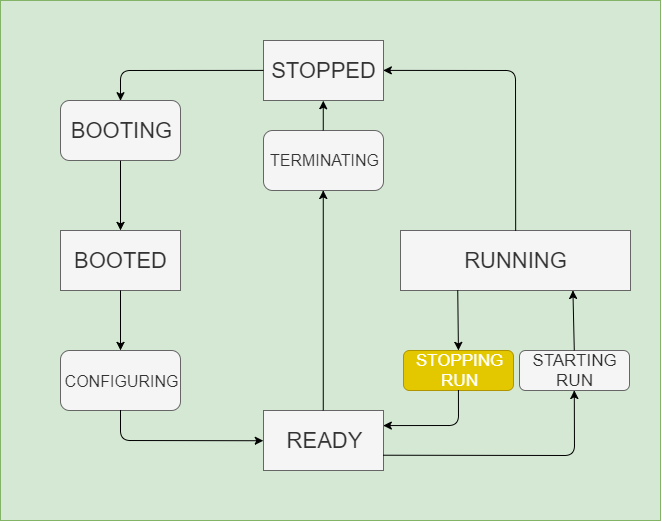
The draw.io diagram artdaq-runcontrol/resources/images/StateDiagram_stopping_run.png in ikatza/ArtDaq-RunControl-GUI, before a commit. Source tidied: cells renumbered, new cells last; positions are measured from the earlier drawing's top-left corner, leaving out a move shared by most shapes. Its diagram source:
```xml
<mxGraphModel>
  <root>
    <mxCell id="0" />
    <mxCell id="1" parent="0" />
    <mxCell id="2" style="rounded=0;whiteSpace=wrap;html=1;fillColor=#d5e8d4;strokeColor=#82b366;" parent="1" vertex="1">
      <mxGeometry width="660" height="520" as="geometry" />
    </mxCell>
    <mxCell id="3" value="&lt;span&gt;&lt;font style=&quot;font-size: 22px&quot;&gt;STOPPED&lt;/font&gt;&lt;/span&gt;" style="rounded=0;whiteSpace=wrap;html=1;fillColor=#f5f5f5;strokeColor=#666666;fontColor=#333333;" parent="1" vertex="1">
      <mxGeometry x="263" y="40" width="120" height="60" as="geometry" />
    </mxCell>
    <mxCell id="4" value="&lt;span&gt;&lt;font style=&quot;font-size: 22px&quot;&gt;BOOTED&lt;/font&gt;&lt;/span&gt;" style="rounded=0;whiteSpace=wrap;html=1;fillColor=#f5f5f5;strokeColor=#666666;fontColor=#333333;" parent="1" vertex="1">
      <mxGeometry x="60" y="230" width="120" height="60" as="geometry" />
    </mxCell>
    <mxCell id="5" value="&lt;span&gt;&lt;font style=&quot;font-size: 22px&quot;&gt;READY&lt;/font&gt;&lt;/span&gt;" style="rounded=0;whiteSpace=wrap;html=1;fillColor=#f5f5f5;strokeColor=#666666;fontColor=#333333;" parent="1" vertex="1">
      <mxGeometry x="263" y="410" width="120" height="60" as="geometry" />
    </mxCell>
    <mxCell id="6" value="&lt;font style=&quot;font-size: 22px&quot;&gt;BOOTING&lt;/font&gt;" style="rounded=1;whiteSpace=wrap;html=1;fillColor=#f5f5f5;strokeColor=#666666;fontColor=#333333;" parent="1" vertex="1">
      <mxGeometry x="60" y="100" width="120" height="60" as="geometry" />
    </mxCell>
    <mxCell id="7" value="&lt;span&gt;&lt;font style=&quot;font-size: 22px&quot;&gt;RUNNING&lt;/font&gt;&lt;/span&gt;" style="rounded=0;whiteSpace=wrap;html=1;fillColor=#f5f5f5;strokeColor=#666666;fontColor=#333333;" parent="1" vertex="1">
      <mxGeometry x="400" y="230" width="230" height="60" as="geometry" />
    </mxCell>
    <mxCell id="8" value="&lt;font style=&quot;font-size: 16px&quot;&gt;CONFIGURING&lt;/font&gt;" style="rounded=1;whiteSpace=wrap;html=1;fillColor=#f5f5f5;strokeColor=#666666;fontColor=#333333;" parent="1" vertex="1">
      <mxGeometry x="60" y="350" width="120" height="60" as="geometry" />
    </mxCell>
    <mxCell id="9" style="endArrow=classic;html=1;exitX=0;exitY=0.5;exitDx=0;exitDy=0;entryX=0.5;entryY=0;entryDx=0;entryDy=0;" parent="1" edge="1" source="3" target="6">
      <mxGeometry relative="1" as="geometry">
        <Array as="points">
          <mxPoint x="120" y="70" />
        </Array>
      </mxGeometry>
    </mxCell>
    <mxCell id="10" style="endArrow=classic;html=1;exitX=0.5;exitY=1;exitDx=0;exitDy=0;entryX=0.5;entryY=0;entryDx=0;entryDy=0;" parent="1" edge="1" source="6" target="4">
      <mxGeometry relative="1" as="geometry" />
    </mxCell>
    <mxCell id="11" style="endArrow=classic;html=1;exitX=0.5;exitY=1;exitDx=0;exitDy=0;entryX=0.5;entryY=0;entryDx=0;entryDy=0;" parent="1" edge="1" source="4" target="8">
      <mxGeometry relative="1" as="geometry" />
    </mxCell>
    <mxCell id="12" style="endArrow=classic;html=1;exitX=0.5;exitY=1;exitDx=0;exitDy=0;entryX=0;entryY=0.5;entryDx=0;entryDy=0;" parent="1" edge="1" source="8" target="5">
      <mxGeometry relative="1" as="geometry">
        <Array as="points">
          <mxPoint x="120" y="440" />
        </Array>
      </mxGeometry>
    </mxCell>
    <mxCell id="13" value="&lt;font style=&quot;font-size: 17px&quot;&gt;STARTING&lt;br&gt;RUN&lt;br&gt;&lt;/font&gt;" style="rounded=1;whiteSpace=wrap;html=1;fillColor=#f5f5f5;strokeColor=#666666;fontColor=#333333;" parent="1" vertex="1">
      <mxGeometry x="519" y="350" width="110" height="40" as="geometry" />
    </mxCell>
    <mxCell id="14" style="endArrow=classic;html=1;entryX=1;entryY=0.5;entryDx=0;entryDy=0;exitX=0.5;exitY=0;exitDx=0;exitDy=0;" parent="1" edge="1" source="7" target="3">
      <mxGeometry relative="1" as="geometry">
        <Array as="points">
          <mxPoint x="515" y="70" />
        </Array>
      </mxGeometry>
    </mxCell>
    <mxCell id="15" value="&lt;font style=&quot;font-size: 17px&quot;&gt;STOPPING&lt;br&gt;RUN&lt;br&gt;&lt;/font&gt;" style="rounded=1;whiteSpace=wrap;html=1;fillColor=#e3c800;strokeColor=#B09500;fontColor=#ffffff;" parent="1" vertex="1">
      <mxGeometry x="403" y="350" width="110" height="40" as="geometry" />
    </mxCell>
    <mxCell id="16" style="endArrow=classic;html=1;entryX=0.75;entryY=1;entryDx=0;entryDy=0;exitX=0.5;exitY=0;exitDx=0;exitDy=0;" parent="1" edge="1" source="13" target="7">
      <mxGeometry relative="1" as="geometry" />
    </mxCell>
    <mxCell id="17" style="endArrow=classic;html=1;exitX=0.25;exitY=1;exitDx=0;exitDy=0;entryX=0.5;entryY=0;entryDx=0;entryDy=0;" parent="1" edge="1" source="7" target="15">
      <mxGeometry relative="1" as="geometry" />
    </mxCell>
    <mxCell id="18" style="endArrow=classic;html=1;entryX=0.5;entryY=1;entryDx=0;entryDy=0;exitX=1;exitY=0.75;exitDx=0;exitDy=0;" parent="1" edge="1" source="5" target="13">
      <mxGeometry relative="1" as="geometry">
        <Array as="points">
          <mxPoint x="574" y="455" />
        </Array>
      </mxGeometry>
    </mxCell>
    <mxCell id="19" style="endArrow=classic;html=1;exitX=0.5;exitY=1;exitDx=0;exitDy=0;entryX=1;entryY=0.25;entryDx=0;entryDy=0;" parent="1" edge="1" source="15" target="5">
      <mxGeometry relative="1" as="geometry">
        <Array as="points">
          <mxPoint x="458" y="425" />
        </Array>
      </mxGeometry>
    </mxCell>
    <mxCell id="20" value="&lt;font style=&quot;font-size: 16px&quot;&gt;TERMINATING&lt;/font&gt;" style="rounded=1;whiteSpace=wrap;html=1;fillColor=#f5f5f5;strokeColor=#666666;fontColor=#333333;" parent="1" vertex="1">
      <mxGeometry x="263" y="130" width="120" height="60" as="geometry" />
    </mxCell>
    <mxCell id="21" style="endArrow=classic;html=1;entryX=0.5;entryY=1;entryDx=0;entryDy=0;exitX=0.5;exitY=0;exitDx=0;exitDy=0;" parent="1" edge="1" source="20" target="3">
      <mxGeometry relative="1" as="geometry" />
    </mxCell>
    <mxCell id="22" style="endArrow=classic;html=1;entryX=0.5;entryY=1;entryDx=0;entryDy=0;exitX=0.5;exitY=0;exitDx=0;exitDy=0;" parent="1" edge="1" source="5" target="20">
      <mxGeometry relative="1" as="geometry" />
    </mxCell>
  </root>
</mxGraphModel>
```
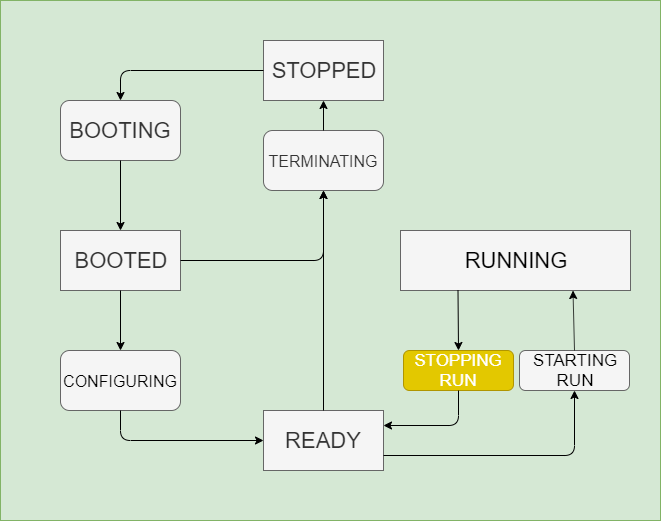
The same diagram one commit later.

Change to the diagram source:
```diff
@@ -17,10 +17,10 @@
     <mxCell id="6" value="&lt;font style=&quot;font-size: 22px&quot;&gt;BOOTING&lt;/font&gt;" style="rounded=1;whiteSpace=wrap;html=1;fillColor=#f5f5f5;strokeColor=#666666;fontColor=#333333;" parent="1" vertex="1">
       <mxGeometry x="60" y="100" width="120" height="60" as="geometry" />
     </mxCell>
-    <mxCell id="7" value="&lt;span&gt;&lt;font style=&quot;font-size: 22px&quot;&gt;RUNNING&lt;/font&gt;&lt;/span&gt;" style="rounded=0;whiteSpace=wrap;html=1;fillColor=#f5f5f5;strokeColor=#666666;fontColor=#333333;" parent="1" vertex="1">
+    <mxCell id="7" value="&lt;span&gt;&lt;font style=&quot;font-size: 22px&quot;&gt;RUNNING&lt;/font&gt;&lt;/span&gt;" style="rounded=0;whiteSpace=wrap;html=1;fillColor=#F5F5F5;strokeColor=#666666;" parent="1" vertex="1">
       <mxGeometry x="400" y="230" width="230" height="60" as="geometry" />
     </mxCell>
-    <mxCell id="8" value="&lt;font style=&quot;font-size: 16px&quot;&gt;CONFIGURING&lt;/font&gt;" style="rounded=1;whiteSpace=wrap;html=1;fillColor=#f5f5f5;strokeColor=#666666;fontColor=#333333;" parent="1" vertex="1">
+    <mxCell id="8" value="&lt;font style=&quot;font-size: 16px&quot;&gt;CONFIGURING&lt;/font&gt;" style="rounded=1;whiteSpace=wrap;html=1;fillColor=#F5F5F5;strokeColor=#666666;" parent="1" vertex="1">
       <mxGeometry x="60" y="350" width="120" height="60" as="geometry" />
     </mxCell>
     <mxCell id="9" style="endArrow=classic;html=1;exitX=0;exitY=0.5;exitDx=0;exitDy=0;entryX=0.5;entryY=0;entryDx=0;entryDy=0;" parent="1" edge="1" source="3" target="6">
@@ -43,47 +43,47 @@
         </Array>
       </mxGeometry>
     </mxCell>
-    <mxCell id="13" value="&lt;font style=&quot;font-size: 17px&quot;&gt;STARTING&lt;br&gt;RUN&lt;br&gt;&lt;/font&gt;" style="rounded=1;whiteSpace=wrap;html=1;fillColor=#f5f5f5;strokeColor=#666666;fontColor=#333333;" parent="1" vertex="1">
+    <mxCell id="13" value="&lt;font style=&quot;font-size: 17px&quot;&gt;STARTING&lt;br&gt;RUN&lt;br&gt;&lt;/font&gt;" style="rounded=1;whiteSpace=wrap;html=1;fillColor=#f5f5f5;strokeColor=#666666;" parent="1" vertex="1">
       <mxGeometry x="519" y="350" width="110" height="40" as="geometry" />
     </mxCell>
-    <mxCell id="14" style="endArrow=classic;html=1;entryX=1;entryY=0.5;entryDx=0;entryDy=0;exitX=0.5;exitY=0;exitDx=0;exitDy=0;" parent="1" edge="1" source="7" target="3">
-      <mxGeometry relative="1" as="geometry">
-        <Array as="points">
-          <mxPoint x="515" y="70" />
-        </Array>
-      </mxGeometry>
+    <mxCell id="14" value="&lt;font style=&quot;font-size: 17px&quot;&gt;STOPPING&lt;br&gt;RUN&lt;br&gt;&lt;/font&gt;" style="rounded=1;whiteSpace=wrap;html=1;fillColor=#e3c800;strokeColor=#B09500;fontColor=#ffffff;" parent="1" vertex="1">
+      <mxGeometry x="403" y="350" width="110" height="40" as="geometry" />
     </mxCell>
-    <mxCell id="15" value="&lt;font style=&quot;font-size: 17px&quot;&gt;STOPPING&lt;br&gt;RUN&lt;br&gt;&lt;/font&gt;" style="rounded=1;whiteSpace=wrap;html=1;fillColor=#e3c800;strokeColor=#B09500;fontColor=#ffffff;" parent="1" vertex="1">
-      <mxGeometry x="403" y="350" width="110" height="40" as="geometry" />
+    <mxCell id="15" style="endArrow=classic;html=1;entryX=0.75;entryY=1;entryDx=0;entryDy=0;exitX=0.5;exitY=0;exitDx=0;exitDy=0;" parent="1" edge="1" source="13" target="7">
+      <mxGeometry relative="1" as="geometry" />
     </mxCell>
-    <mxCell id="16" style="endArrow=classic;html=1;entryX=0.75;entryY=1;entryDx=0;entryDy=0;exitX=0.5;exitY=0;exitDx=0;exitDy=0;" parent="1" edge="1" source="13" target="7">
+    <mxCell id="16" style="endArrow=classic;html=1;exitX=0.25;exitY=1;exitDx=0;exitDy=0;entryX=0.5;entryY=0;entryDx=0;entryDy=0;" parent="1" edge="1" source="7" target="14">
       <mxGeometry relative="1" as="geometry" />
     </mxCell>
-    <mxCell id="17" style="endArrow=classic;html=1;exitX=0.25;exitY=1;exitDx=0;exitDy=0;entryX=0.5;entryY=0;entryDx=0;entryDy=0;" parent="1" edge="1" source="7" target="15">
-      <mxGeometry relative="1" as="geometry" />
+    <mxCell id="17" style="endArrow=classic;html=1;entryX=0.5;entryY=1;entryDx=0;entryDy=0;exitX=1;exitY=0.75;exitDx=0;exitDy=0;" parent="1" edge="1" source="5" target="13">
+      <mxGeometry relative="1" as="geometry">
+        <Array as="points">
+          <mxPoint x="574" y="455" />
+        </Array>
+      </mxGeometry>
     </mxCell>
-    <mxCell id="18" style="endArrow=classic;html=1;entryX=0.5;entryY=1;entryDx=0;entryDy=0;exitX=1;exitY=0.75;exitDx=0;exitDy=0;" parent="1" edge="1" source="5" target="13">
+    <mxCell id="18" style="endArrow=classic;html=1;exitX=0.5;exitY=1;exitDx=0;exitDy=0;entryX=1;entryY=0.25;entryDx=0;entryDy=0;" parent="1" edge="1" source="14" target="5">
       <mxGeometry relative="1" as="geometry">
         <Array as="points">
-          <mxPoint x="574" y="455" />
+          <mxPoint x="458" y="425" />
         </Array>
       </mxGeometry>
     </mxCell>
-    <mxCell id="19" style="endArrow=classic;html=1;exitX=0.5;exitY=1;exitDx=0;exitDy=0;entryX=1;entryY=0.25;entryDx=0;entryDy=0;" parent="1" edge="1" source="15" target="5">
-      <mxGeometry relative="1" as="geometry">
-        <Array as="points">
-          <mxPoint x="458" y="425" />
-        </Array>
-      </mxGeometry>
+    <mxCell id="19" value="&lt;font style=&quot;font-size: 16px&quot;&gt;TERMINATING&lt;/font&gt;" style="rounded=1;whiteSpace=wrap;html=1;fillColor=#F5F5F5;strokeColor=#666666;fontColor=#333333;" parent="1" vertex="1">
+      <mxGeometry x="263" y="130" width="120" height="60" as="geometry" />
     </mxCell>
-    <mxCell id="20" value="&lt;font style=&quot;font-size: 16px&quot;&gt;TERMINATING&lt;/font&gt;" style="rounded=1;whiteSpace=wrap;html=1;fillColor=#f5f5f5;strokeColor=#666666;fontColor=#333333;" parent="1" vertex="1">
-      <mxGeometry x="263" y="130" width="120" height="60" as="geometry" />
+    <mxCell id="20" style="endArrow=classic;html=1;entryX=0.5;entryY=1;entryDx=0;entryDy=0;exitX=0.5;exitY=0;exitDx=0;exitDy=0;" parent="1" edge="1" source="19" target="3">
+      <mxGeometry relative="1" as="geometry" />
     </mxCell>
-    <mxCell id="21" style="endArrow=classic;html=1;entryX=0.5;entryY=1;entryDx=0;entryDy=0;exitX=0.5;exitY=0;exitDx=0;exitDy=0;" parent="1" edge="1" source="20" target="3">
+    <mxCell id="21" style="endArrow=classic;html=1;entryX=0.5;entryY=1;entryDx=0;entryDy=0;exitX=0.5;exitY=0;exitDx=0;exitDy=0;" parent="1" edge="1" source="5" target="19">
       <mxGeometry relative="1" as="geometry" />
     </mxCell>
-    <mxCell id="22" style="endArrow=classic;html=1;entryX=0.5;entryY=1;entryDx=0;entryDy=0;exitX=0.5;exitY=0;exitDx=0;exitDy=0;" parent="1" edge="1" source="5" target="20">
-      <mxGeometry relative="1" as="geometry" />
+    <mxCell id="22" style="endArrow=classic;html=1;exitX=1;exitY=0.5;exitDx=0;exitDy=0;entryX=0.5;entryY=1;entryDx=0;entryDy=0;" parent="1" edge="1" source="4" target="19">
+      <mxGeometry relative="1" as="geometry">
+        <Array as="points">
+          <mxPoint x="323" y="260" />
+        </Array>
+      </mxGeometry>
     </mxCell>
   </root>
 </mxGraphModel>
```
